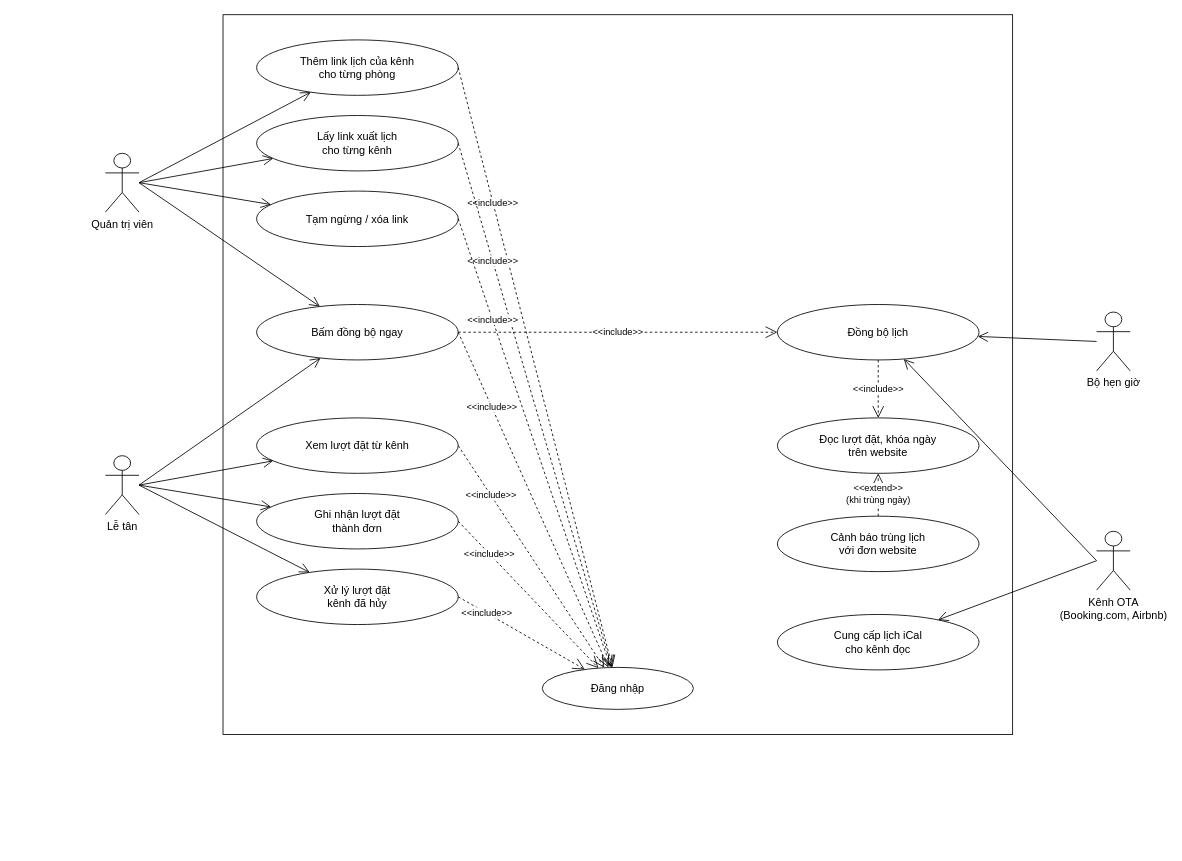
Before: docs/use-case/phan-ra/uc9-dong-bo-ota.drawio in ngynquchn2511/beach-hotel, a draw.io diagram. Source tidied: cells renumbered, new cells numbered last; positions are measured from the earlier drawing's top-left corner, leaving out a move shared by most shapes. Both pictures are drawn from the tidied source at 84%, with x=0, y=0 at pixel (105, 14).
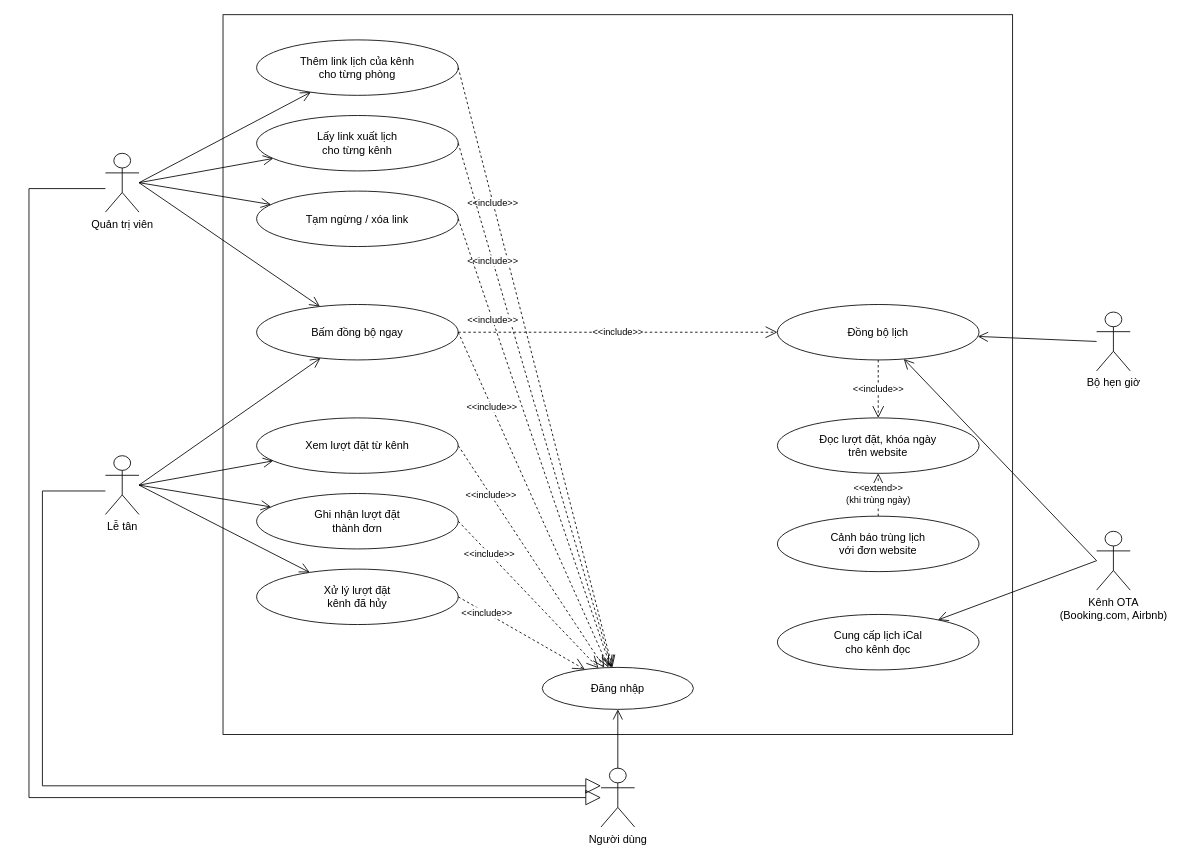
The same page after the edit.

Unchanged cells that the change refers to:
```xml
<mxCell id="14" value="Đăng nhập" style="ellipse;whiteSpace=wrap;html=1;fillColor=#FFFFFF;strokeColor=#000000;fontSize=13;" parent="1" vertex="1">
  <mxGeometry x="520" y="777" width="180" height="50" as="geometry" />
</mxCell>
<mxCell id="15" value="Quản trị viên" style="shape=umlActor;verticalLabelPosition=bottom;verticalAlign=top;html=1;outlineConnect=0;fillColor=#FFFFFF;strokeColor=#000000;fontSize=13;" parent="1" vertex="1">
  <mxGeometry y="165" width="40" height="70" as="geometry" />
</mxCell>
<mxCell id="16" value="Lễ tân" style="shape=umlActor;verticalLabelPosition=bottom;verticalAlign=top;html=1;outlineConnect=0;fillColor=#FFFFFF;strokeColor=#000000;fontSize=13;" parent="1" vertex="1">
  <mxGeometry y="525" width="40" height="70" as="geometry" />
</mxCell>
```

The edit, as a diff of the source:
```diff
@@
+    <mxCell id="40" value="Người dùng" style="shape=umlActor;verticalLabelPosition=bottom;verticalAlign=top;html=1;outlineConnect=0;fillColor=#FFFFFF;strokeColor=#000000;fontSize=13;" parent="1" vertex="1">
+      <mxGeometry x="590" y="897" width="40" height="70" as="geometry" />
+    </mxCell>
+    <mxCell id="41" style="endArrow=open;endSize=10;html=1;rounded=0;strokeColor=#000000;exitX=0.5;exitY=0;exitDx=0;exitDy=0;exitPerimeter=0;" parent="1" edge="1" source="40" target="14">
+      <mxGeometry relative="1" as="geometry" />
+    </mxCell>
+    <mxCell id="42" style="endArrow=block;endSize=16;endFill=0;html=1;rounded=0;strokeColor=#000000;exitX=0;exitY=0.6;exitDx=0;exitDy=0;exitPerimeter=0;entryX=0;entryY=0.3;entryDx=0;entryDy=0;entryPerimeter=0;" parent="1" edge="1" source="16" target="40">
+      <mxGeometry relative="1" as="geometry">
+        <Array as="points">
+          <mxPoint x="-75" y="567" />
+          <mxPoint x="-75" y="918" />
+        </Array>
+      </mxGeometry>
+    </mxCell>
+    <mxCell id="43" style="endArrow=block;endSize=16;endFill=0;html=1;rounded=0;strokeColor=#000000;exitX=0;exitY=0.6;exitDx=0;exitDy=0;exitPerimeter=0;entryX=0;entryY=0.5;entryDx=0;entryDy=0;entryPerimeter=0;" parent="1" edge="1" source="15" target="40">
+      <mxGeometry relative="1" as="geometry">
+        <Array as="points">
+          <mxPoint x="-91" y="207" />
+          <mxPoint x="-91" y="932" />
+        </Array>
+      </mxGeometry>
+    </mxCell>
```
